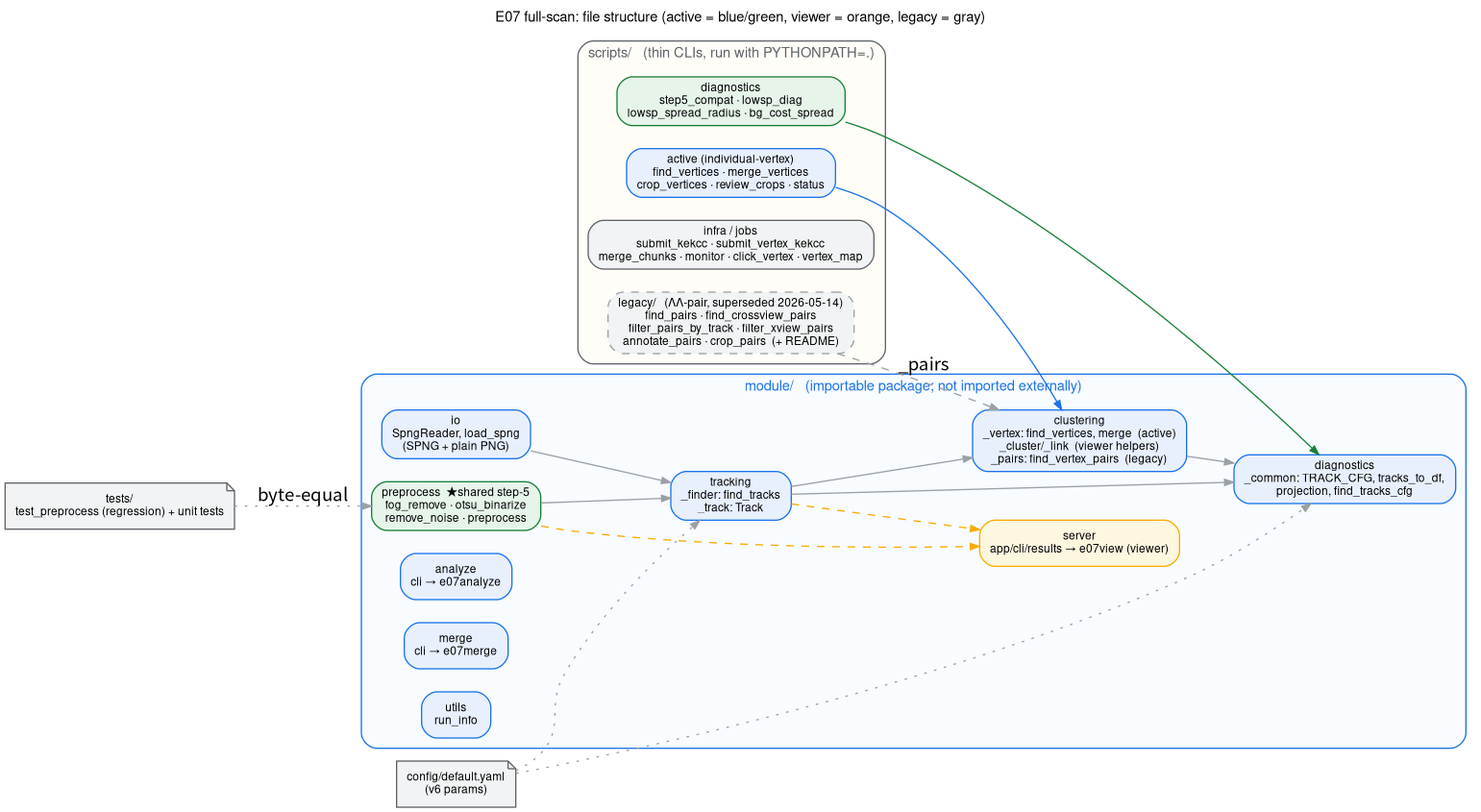
Above: docs/structure.png in shuhei-hykw/e07-fullscan (Graphviz), before the change. Its source is kept beside it as docs/structure.dot. Its diagram source:
```dot
digraph structure {
  rankdir=LR;
  graph [fontname="Helvetica", fontsize=11, labelloc="t",
         label="E07 full-scan: file structure (active = blue/green, viewer = orange, legacy = gray)"];
  node  [fontname="Helvetica", fontsize=9, shape=box, style="rounded,filled"];
  edge  [color="#9aa0a6", arrowsize=0.7];

  subgraph cluster_pkg {
    label="module/   (importable package; not imported externally)";
    style="rounded,filled"; fillcolor="#f8fbff"; color="#1a73e8"; fontcolor="#1a73e8";
    node [fillcolor="#e8f0fe", color="#1a73e8"];

    io      [label="io\nSpngReader, load_spng\n(SPNG + plain PNG)"];
    pre     [label="preprocess  ★shared step-5\nfog_remove · otsu_binarize\nremove_noise · preprocess",
             fillcolor="#e6f4ea", color="#188038"];
    track   [label="tracking\n_finder: find_tracks\n_track: Track"];
    clu     [label="clustering\n_vertex: find_vertices, merge  (active)\n_cluster/_link  (viewer helpers)\n_pairs: find_vertex_pairs  (legacy)"];
    ana     [label="analyze\ncli → e07analyze"];
    mrg     [label="merge\ncli → e07merge"];
    srv     [label="server\napp/cli/results → e07view (viewer)",
             fillcolor="#fef7e0", color="#f9ab00"];
    utl     [label="utils\nrun_info"];
    dia     [label="diagnostics\n_common: TRACK_CFG, tracks_to_df,\nprojection, find_tracks_cfg"];

    io -> track; pre -> track; track -> clu;
    pre -> srv [style=dashed, color="#f9ab00"];
    track -> srv [style=dashed, color="#f9ab00"];
    track -> dia; clu -> dia;
  }

  subgraph cluster_scr {
    label="scripts/   (thin CLIs, run with PYTHONPATH=.)";
    style="rounded,filled"; fillcolor="#fffdf7"; color="#5f6368"; fontcolor="#5f6368";

    s_active [label="active (individual-vertex)\nfind_vertices · merge_vertices\ncrop_vertices · review_crops · status",
              fillcolor="#e8f0fe", color="#1a73e8"];
    s_diag   [label="diagnostics\nstep5_compat · lowsp_diag\nlowsp_spread_radius · bg_cost_spread",
              fillcolor="#e6f4ea", color="#188038"];
    s_infra  [label="infra / jobs\nsubmit_kekcc · submit_vertex_kekcc\nmerge_chunks · monitor · click_vertex · vertex_map",
              fillcolor="#f1f3f4", color="#5f6368"];
    s_legacy [label="legacy/   (ΛΛ-pair, superseded 2026-05-14)\nfind_pairs · find_crossview_pairs\nfilter_pairs_by_track · filter_xview_pairs\nannotate_pairs · crop_pairs  (+ README)",
              style="rounded,filled,dashed", fillcolor="#f1f3f4", color="#9aa0a6"];
  }

  s_active -> clu [color="#1a73e8"];
  s_diag   -> dia [color="#188038"];
  s_legacy -> clu [style=dashed, color="#9aa0a6", label="_pairs"];

  cfg   [label="config/default.yaml\n(v6 params)", shape=note, fillcolor="#f1f3f4", color="#5f6368"];
  tst   [label="tests/\ntest_preprocess (regression) + unit tests", shape=note, fillcolor="#f1f3f4", color="#5f6368"];
  cfg -> track [style=dotted]; cfg -> dia [style=dotted];
  tst -> pre [style=dotted, label="byte-equal"];
}
```
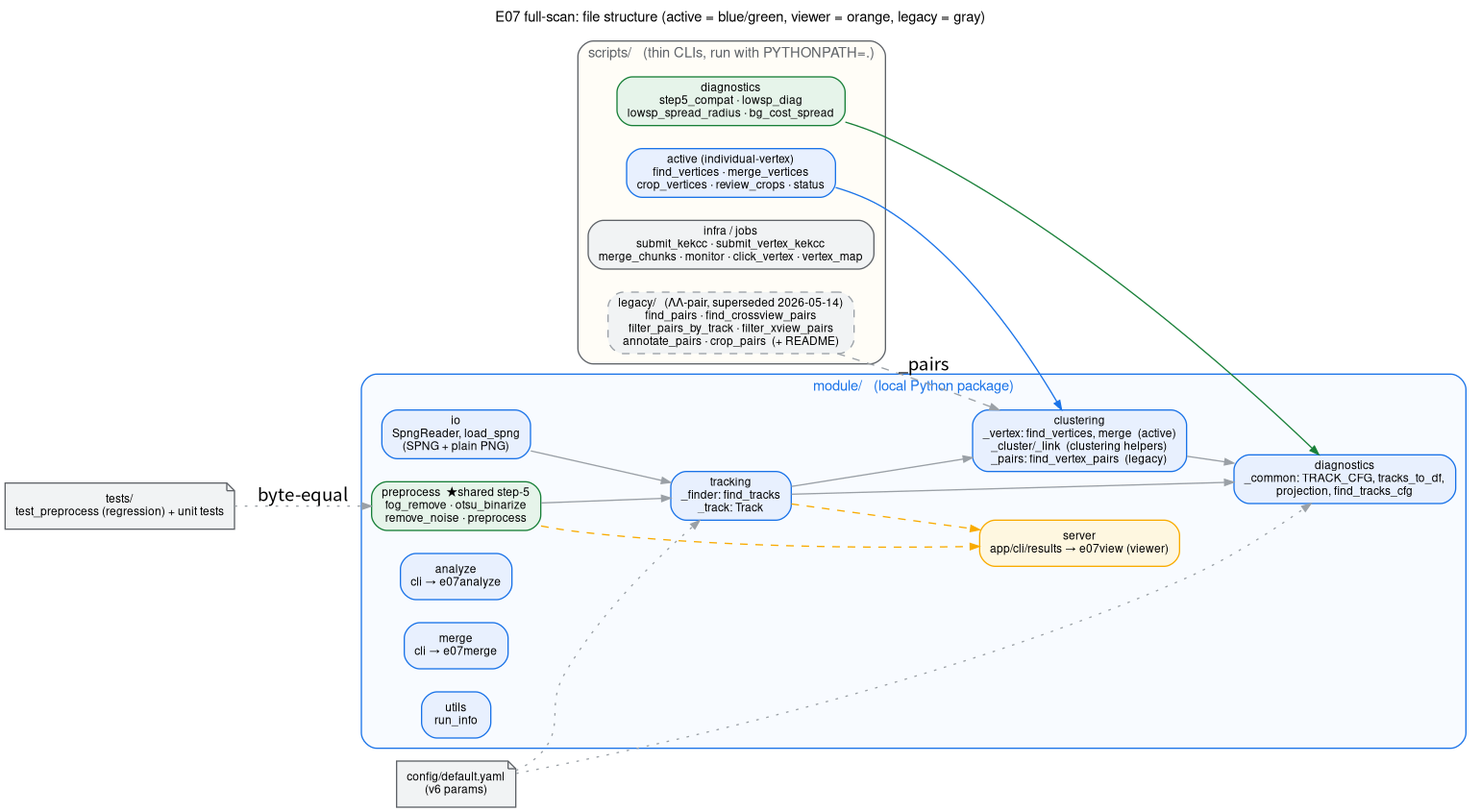
Later version of the same file.

Commit message:
Polish diagrams per Codex review (readability)

What changed in the source:
```diff
@@ -6,7 +6,7 @@
   edge  [color="#9aa0a6", arrowsize=0.7];
 
   subgraph cluster_pkg {
-    label="module/   (importable package; not imported externally)";
+    label="module/   (local Python package)";
     style="rounded,filled"; fillcolor="#f8fbff"; color="#1a73e8"; fontcolor="#1a73e8";
     node [fillcolor="#e8f0fe", color="#1a73e8"];
 
@@ -14,7 +14,7 @@
     pre     [label="preprocess  ★shared step-5\nfog_remove · otsu_binarize\nremove_noise · preprocess",
              fillcolor="#e6f4ea", color="#188038"];
     track   [label="tracking\n_finder: find_tracks\n_track: Track"];
-    clu     [label="clustering\n_vertex: find_vertices, merge  (active)\n_cluster/_link  (viewer helpers)\n_pairs: find_vertex_pairs  (legacy)"];
+    clu     [label="clustering\n_vertex: find_vertices, merge  (active)\n_cluster/_link  (clustering helpers)\n_pairs: find_vertex_pairs  (legacy)"];
     ana     [label="analyze\ncli → e07analyze"];
     mrg     [label="merge\ncli → e07merge"];
     srv     [label="server\napp/cli/results → e07view (viewer)",
```
